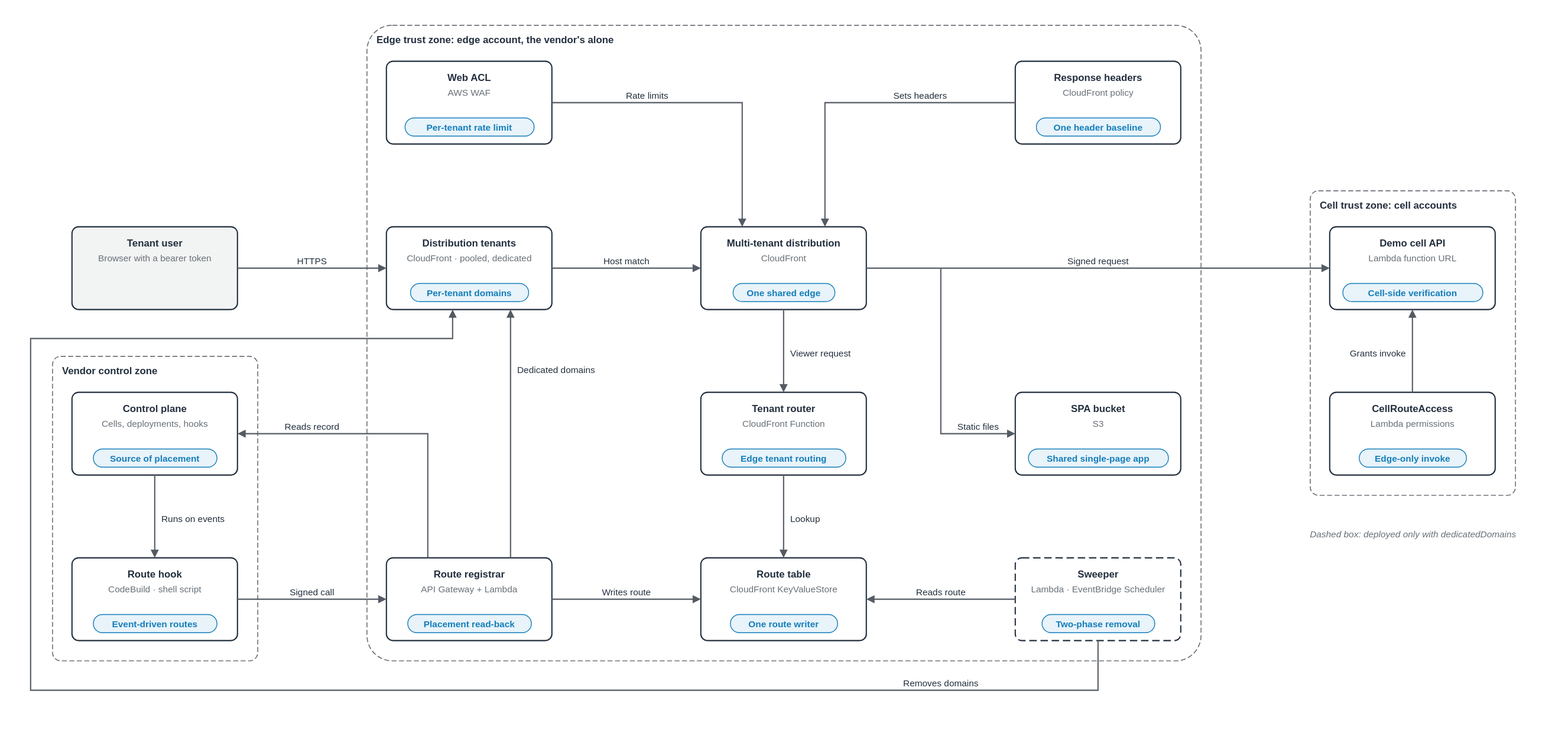
The draw.io diagram samples/tenant-front-door/diagrams/tenant-front-door.components.drawio.svg in aws-samples/sample-agentic-ai-acceleration-patterns, before a commit. Source tidied: cells renumbered, new cells last; positions are measured from the earlier drawing's top-left corner, leaving out a move shared by most shapes.
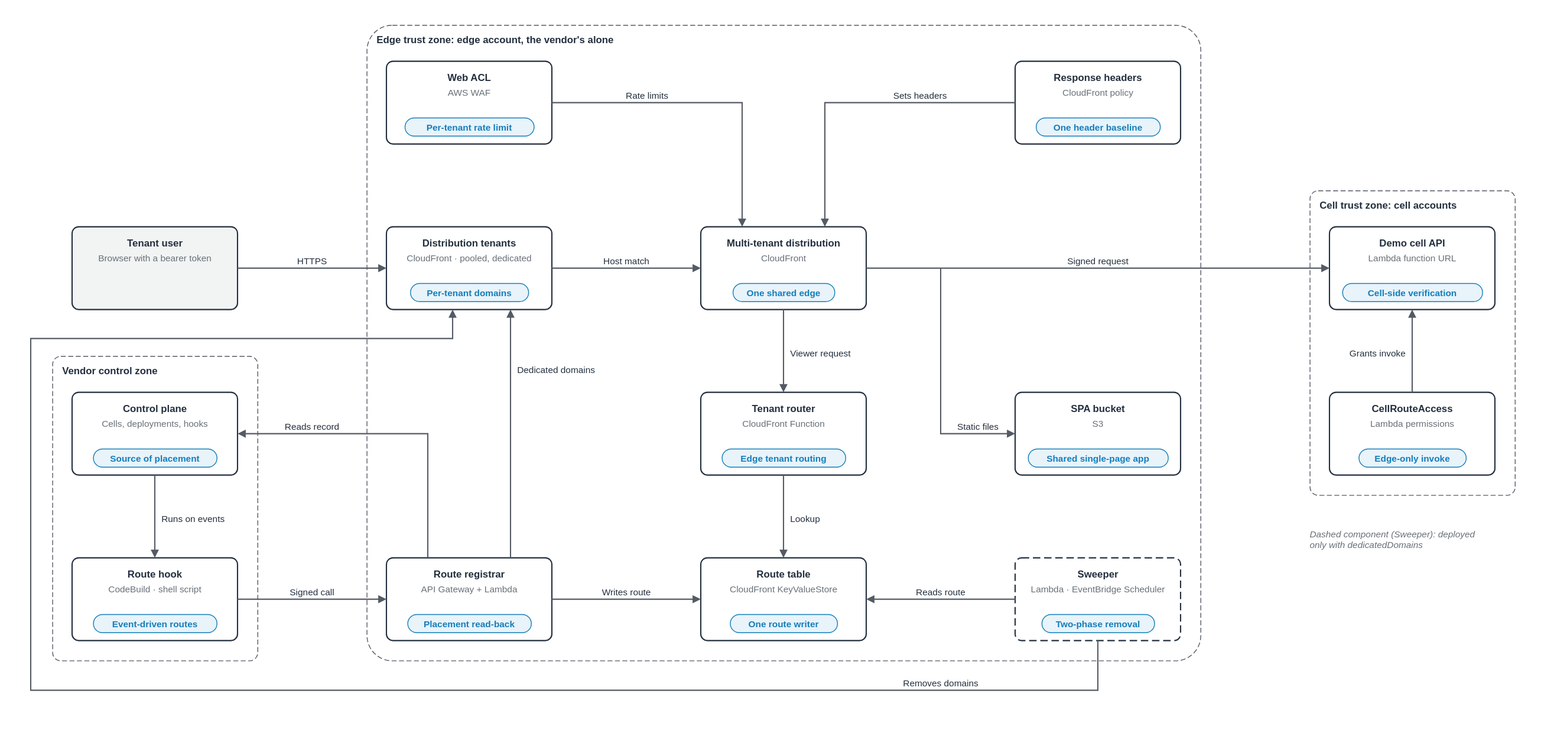
After the change.

Diff of the diagram source:
```diff
@@ -303,8 +303,8 @@
     <mxCell id="92" value="Sets headers" style="text;html=0;align=center;verticalAlign=top;fontSize=11;fontStyle=0;fontColor=#232F3E;spacing=0;spacingTop=0;" parent="1" vertex="1">
       <mxGeometry x="1035" y="74" width="80" height="16" as="geometry" />
     </mxCell>
-    <mxCell id="93" value="Dashed box: deployed only with dedicatedDomains" style="text;html=0;align=left;verticalAlign=top;fontSize=11;fontStyle=2;fontColor=#687078;spacing=0;spacingTop=0;" parent="1" vertex="1">
-      <mxGeometry x="1546" y="604" width="248" height="16" as="geometry" />
+    <mxCell id="93" value="Dashed component (Sweeper): deployed&#10;only with dedicatedDomains" style="text;html=0;align=left;verticalAlign=top;fontSize=11;fontStyle=2;fontColor=#687078;spacing=0;spacingTop=0;" parent="1" vertex="1">
+      <mxGeometry x="1546" y="604" width="248" height="30" as="geometry" />
     </mxCell>
   </root>
 </mxGraphModel>
```
